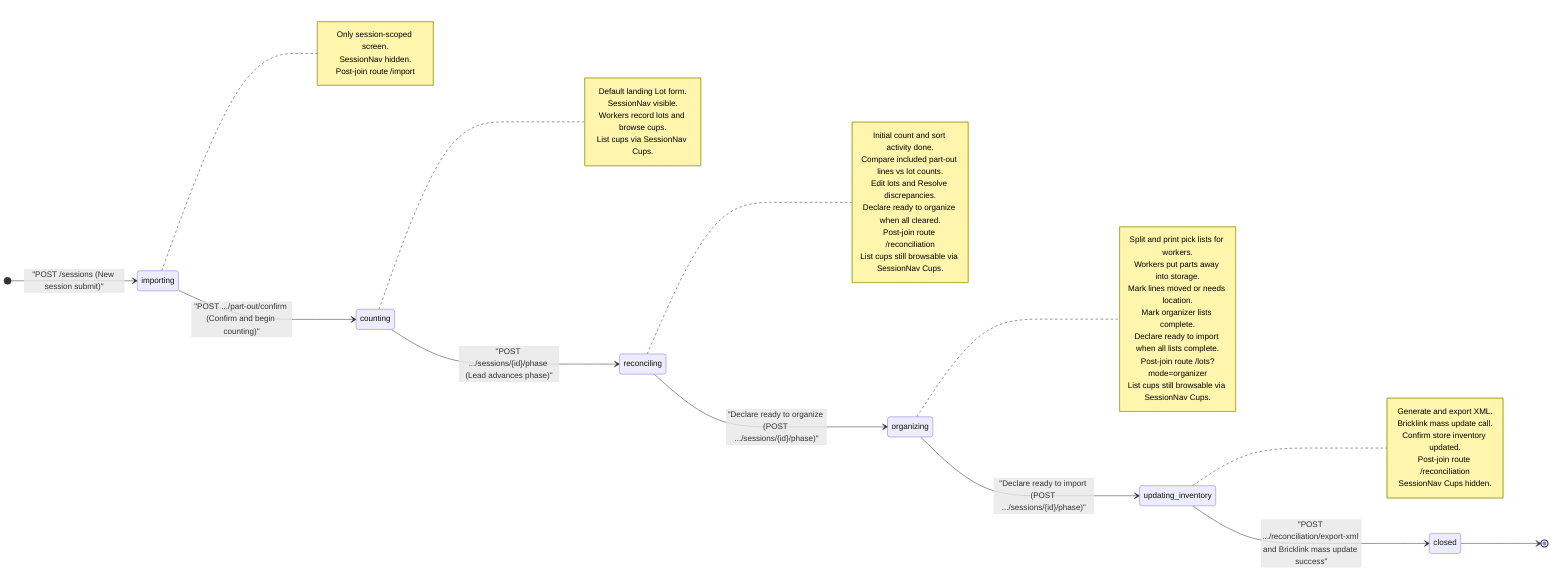
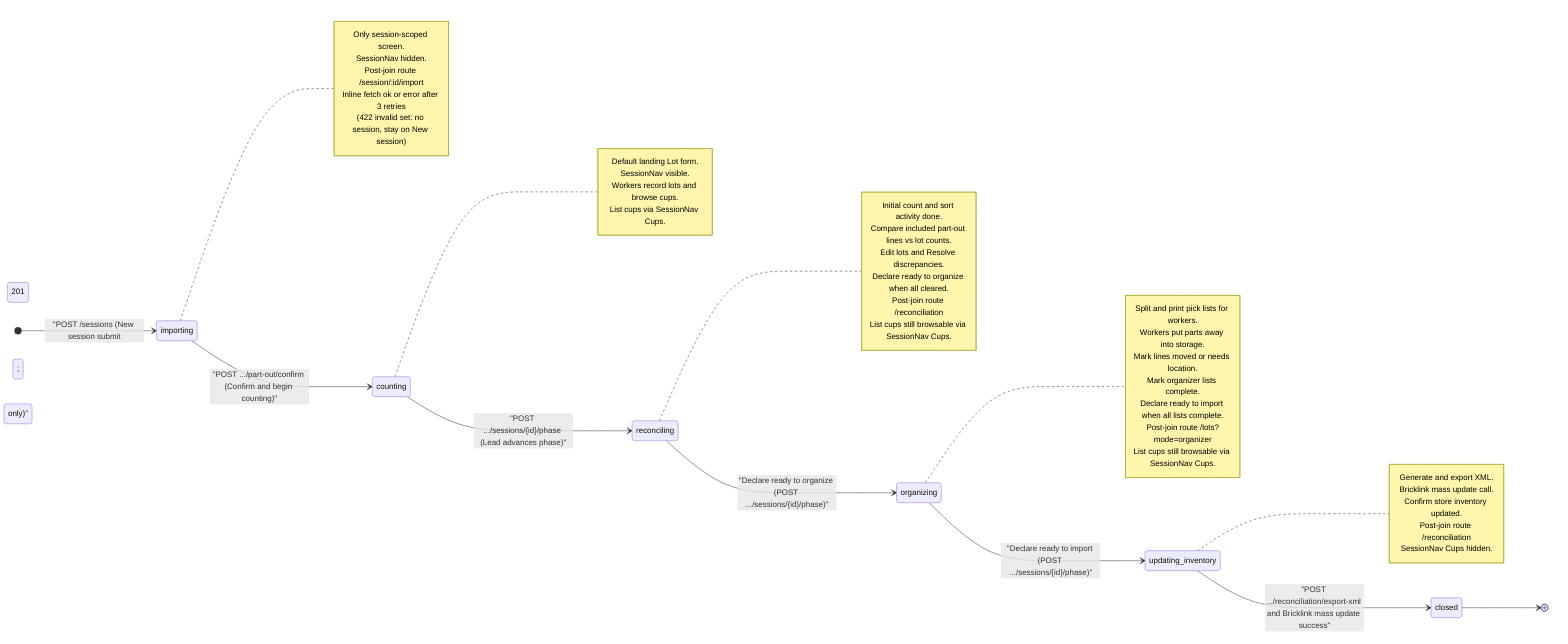
%% Session phase state machine
- %% Sources: docs/view-specs/home.md, part-out-import.md, part-out-reconciliation.md,
+ %% Sources: docs/view-specs/home.md, new-session.md, part-out-import.md, part-out-reconciliation.md,
%%          list-cups.md, list-lots.md, feature/part-out-coordinator/product-spec.md
%%
%% XML export and Bricklink mass update occur in updating_inventory, after organizing.

stateDiagram-v2
    direction LR

-     [*] --> importing: "POST /sessions (New session submit)"
+     [*] --> importing: "POST /sessions (New session submit; 201 only)"
    importing --> counting: "POST .../part-out/confirm (Confirm and begin counting)"
    counting --> reconciling: "POST .../sessions/{id}/phase (Lead advances phase)"
    reconciling --> organizing: "Declare ready to organize (POST .../sessions/{id}/phase)"
    organizing --> updating_inventory: "Declare ready to import (POST .../sessions/{id}/phase)"
    updating_inventory --> closed: "POST .../reconciliation/export-xml and Bricklink mass update success"
    closed --> [*]

    note right of importing
        Only session-scoped screen.
        SessionNav hidden.
-         Post-join route /import
+         Post-join route /session/:id/import
+         Inline fetch ok or error after 3 retries
+         (422 invalid set: no session, stay on New session)
    end note

    note right of counting
        Default landing Lot form.
        SessionNav visible.
        Workers record lots and browse cups.
        List cups via SessionNav Cups.
    end note

    note right of reconciling
        Initial count and sort activity done.
        Compare included part-out lines vs lot counts.
        Edit lots and Resolve discrepancies.
        Declare ready to organize when all cleared.
        Post-join route /reconciliation
        List cups still browsable via SessionNav Cups.
    end note

    note right of organizing
        Split and print pick lists for workers.
        Workers put parts away into storage.
        Mark lines moved or needs location.
        Mark organizer lists complete.
        Declare ready to import when all lists complete.
        Post-join route /lots?mode=organizer
        List cups still browsable via SessionNav Cups.
    end note

    note right of updating_inventory
        Generate and export XML.
        Bricklink mass update call.
        Confirm store inventory updated.
        Post-join route /reconciliation
        SessionNav Cups hidden.
    end note
